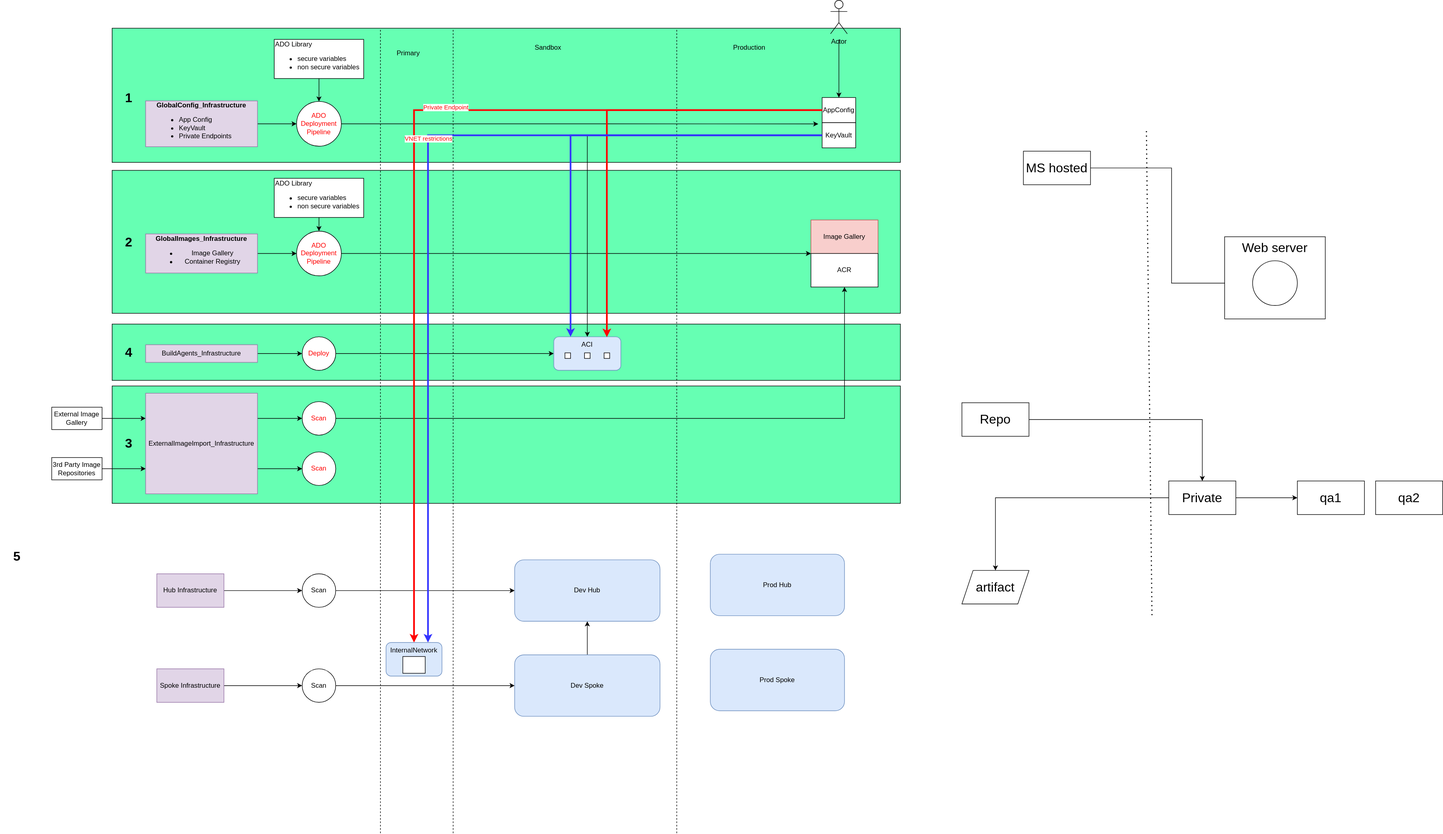
Earlier version of the draw.io export infra/SecureInfrastructureRepoPipelines.svg (vjavle/invoicecloud). Source tidied: cells renumbered, new cells last; positions are measured from the earlier drawing's top-left corner, leaving out a move shared by most shapes.
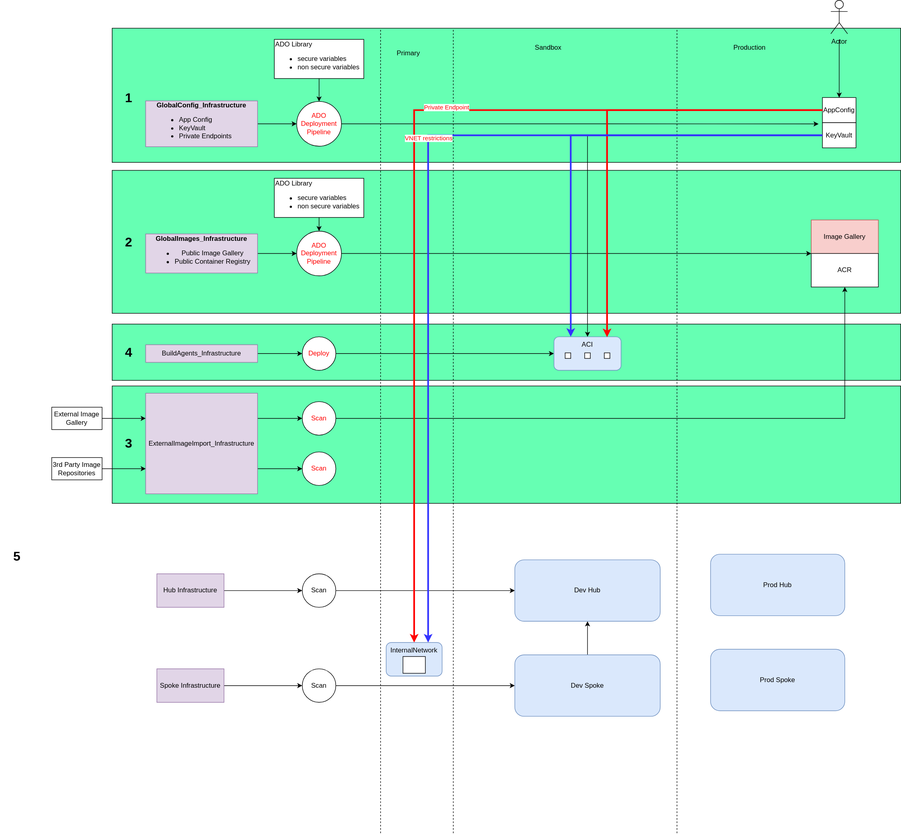
After the commit.

Change to the diagram source:
```diff
@@ -47,7 +47,7 @@
     <mxCell id="14" style="edgeStyle=orthogonalEdgeStyle;rounded=0;jettySize=auto;html=1;" parent="1" edge="1" source="15" target="17">
       <mxGeometry relative="1" as="geometry" />
     </mxCell>
-    <mxCell id="15" value="&lt;b&gt;GlobalImages_Infrastructure&lt;/b&gt;&lt;br&gt;&lt;ul&gt;&lt;li&gt;Image Gallery&lt;/li&gt;&lt;li&gt;Container Registry&lt;/li&gt;&lt;/ul&gt;" style="rounded=0;whiteSpace=wrap;html=1;verticalAlign=middle;fillColor=#e1d5e7;strokeColor=#9673a6;" parent="1" vertex="1">
+    <mxCell id="15" value="&lt;b&gt;GlobalImages_Infrastructure&lt;/b&gt;&lt;br&gt;&lt;ul&gt;&lt;li&gt;Public Image Gallery&lt;/li&gt;&lt;li&gt;Public Container Registry&lt;/li&gt;&lt;/ul&gt;" style="rounded=0;whiteSpace=wrap;html=1;verticalAlign=middle;fillColor=#e1d5e7;strokeColor=#9673a6;" parent="1" vertex="1">
       <mxGeometry x="260" y="418" width="200" height="70" as="geometry" />
     </mxCell>
     <mxCell id="16" style="edgeStyle=orthogonalEdgeStyle;rounded=0;jettySize=auto;html=1;entryX=0;entryY=1;entryDx=0;entryDy=0;" parent="1" edge="1" source="17" target="87">
@@ -178,48 +178,6 @@
     <mxCell id="56" value="4" style="text;html=1;strokeColor=none;fillColor=none;align=center;verticalAlign=middle;whiteSpace=wrap;rounded=0;fontColor=#000000;fontSize=23;fontStyle=1;" parent="1" vertex="1">
       <mxGeometry x="200" y="614.6" width="60" height="30" as="geometry" />
     </mxCell>
-    <mxCell id="57" style="edgeStyle=orthogonalEdgeStyle;rounded=0;jettySize=auto;html=1;entryX=0;entryY=0.5;entryDx=0;entryDy=0;fontSize=23;" parent="1" edge="1" source="58" target="60">
-      <mxGeometry relative="1" as="geometry" />
-    </mxCell>
-    <mxCell id="58" value="MS hosted" style="rounded=0;whiteSpace=wrap;html=1;fontSize=23;" parent="1" vertex="1">
-      <mxGeometry x="1830" y="270" width="120" height="60" as="geometry" />
-    </mxCell>
-    <mxCell id="59" value="Web server" style="rounded=0;whiteSpace=wrap;html=1;fontSize=23;verticalAlign=top;" parent="1" vertex="1">
-      <mxGeometry x="2190" y="423" width="180" height="147" as="geometry" />
-    </mxCell>
-    <mxCell id="60" style="ellipse;whiteSpace=wrap;html=1;fontSize=23;" parent="1" vertex="1">
-      <mxGeometry x="2240" y="466" width="80" height="80" as="geometry" />
-    </mxCell>
-    <mxCell id="61" style="endArrow=none;dashed=1;html=1;dashPattern=1 3;strokeWidth=2;rounded=0;fontSize=23;" parent="1" edge="1">
-      <mxGeometry relative="1" as="geometry">
-        <mxPoint x="2060" y="1100" as="sourcePoint" />
-        <mxPoint x="2050" y="230" as="targetPoint" />
-      </mxGeometry>
-    </mxCell>
-    <mxCell id="62" style="edgeStyle=orthogonalEdgeStyle;rounded=0;jettySize=auto;html=1;fontSize=23;" parent="1" edge="1" source="63" target="66">
-      <mxGeometry relative="1" as="geometry" />
-    </mxCell>
-    <mxCell id="63" value="Repo" style="rounded=0;whiteSpace=wrap;html=1;fontSize=23;" parent="1" vertex="1">
-      <mxGeometry x="1720" y="720" width="120" height="60" as="geometry" />
-    </mxCell>
-    <mxCell id="64" style="edgeStyle=orthogonalEdgeStyle;rounded=0;jettySize=auto;html=1;fontSize=23;" parent="1" edge="1" source="66" target="67">
-      <mxGeometry relative="1" as="geometry" />
-    </mxCell>
-    <mxCell id="65" style="edgeStyle=orthogonalEdgeStyle;rounded=0;jettySize=auto;html=1;fontSize=23;" parent="1" edge="1" source="66" target="68">
-      <mxGeometry relative="1" as="geometry" />
-    </mxCell>
-    <mxCell id="66" value="Private" style="rounded=0;whiteSpace=wrap;html=1;fontSize=23;" parent="1" vertex="1">
-      <mxGeometry x="2090" y="860" width="120" height="60" as="geometry" />
-    </mxCell>
-    <mxCell id="67" value="artifact" style="shape=parallelogram;perimeter=parallelogramPerimeter;whiteSpace=wrap;html=1;fixedSize=1;fontSize=23;" parent="1" vertex="1">
-      <mxGeometry x="1720" y="1020" width="120" height="60" as="geometry" />
-    </mxCell>
-    <mxCell id="68" value="qa1" style="rounded=0;whiteSpace=wrap;html=1;fontSize=23;" parent="1" vertex="1">
-      <mxGeometry x="2320" y="860" width="120" height="60" as="geometry" />
-    </mxCell>
-    <mxCell id="69" value="qa2" style="rounded=0;whiteSpace=wrap;html=1;fontSize=23;" parent="1" vertex="1">
-      <mxGeometry x="2460" y="860" width="120" height="60" as="geometry" />
-    </mxCell>
     <mxCell id="70" style="edgeStyle=orthogonalEdgeStyle;rounded=0;jettySize=auto;html=1;entryX=0.5;entryY=0;entryDx=0;entryDy=0;fontSize=23;" parent="1" edge="1" source="26" target="32">
       <mxGeometry relative="1" as="geometry" />
     </mxCell>
```
